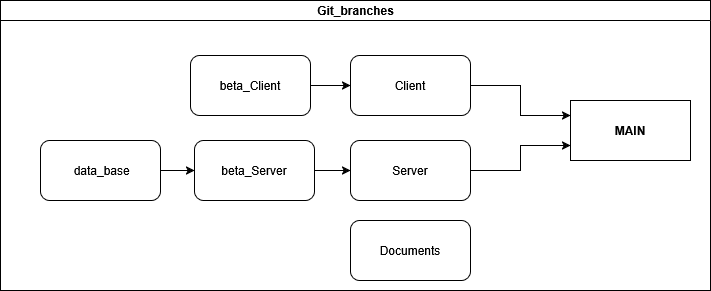
Above: git_branches.png in dimaan49/-TaMP-IBVJD (draw.io), before the change. Source tidied: cells renumbered, new cells last; positions are measured from the earlier drawing's top-left corner, leaving out a move shared by most shapes.
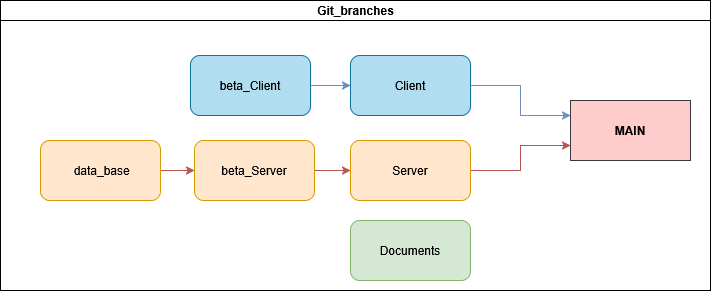
The same diagram one commit later.

The edit, as a diff of the source:
```diff
@@ -5,40 +5,40 @@
     <mxCell id="2" value="Git_branches" style="swimlane;html=1;startSize=20;horizontal=1;containerType=tree;glass=0;" parent="1" vertex="1">
       <mxGeometry width="710" height="290" as="geometry" />
     </mxCell>
-    <mxCell id="3" value="&lt;b&gt;MAIN&lt;/b&gt;" style="rounded=0;whiteSpace=wrap;html=1;" parent="2" vertex="1">
+    <mxCell id="3" value="&lt;b&gt;MAIN&lt;/b&gt;" style="rounded=0;whiteSpace=wrap;html=1;fillColor=#ffcccc;strokeColor=#36393d;" parent="2" vertex="1">
       <mxGeometry x="570" y="100" width="120" height="60" as="geometry" />
     </mxCell>
-    <mxCell id="4" style="edgeStyle=orthogonalEdgeStyle;rounded=0;jettySize=auto;html=1;exitX=1;exitY=0.5;exitDx=0;exitDy=0;entryX=0;entryY=0.25;entryDx=0;entryDy=0;" parent="2" edge="1" source="5" target="3">
+    <mxCell id="4" style="edgeStyle=orthogonalEdgeStyle;rounded=0;jettySize=auto;html=1;exitX=1;exitY=0.5;exitDx=0;exitDy=0;entryX=0;entryY=0.25;entryDx=0;entryDy=0;fillColor=#dae8fc;strokeColor=#6c8ebf;" parent="2" edge="1" source="5" target="3">
       <mxGeometry relative="1" as="geometry" />
     </mxCell>
-    <mxCell id="5" value="Client" style="rounded=1;whiteSpace=wrap;html=1;" parent="2" vertex="1">
+    <mxCell id="5" value="Client" style="rounded=1;whiteSpace=wrap;html=1;fillColor=#b1ddf0;strokeColor=#10739e;" parent="2" vertex="1">
       <mxGeometry x="350" y="55" width="120" height="60" as="geometry" />
     </mxCell>
-    <mxCell id="6" style="edgeStyle=orthogonalEdgeStyle;rounded=0;jettySize=auto;html=1;exitX=1;exitY=0.5;exitDx=0;exitDy=0;entryX=0;entryY=0.75;entryDx=0;entryDy=0;" parent="2" edge="1" source="7" target="3">
+    <mxCell id="6" style="edgeStyle=orthogonalEdgeStyle;rounded=0;jettySize=auto;html=1;exitX=1;exitY=0.5;exitDx=0;exitDy=0;entryX=0;entryY=0.75;entryDx=0;entryDy=0;fillColor=#f8cecc;strokeColor=#b85450;" parent="2" edge="1" source="7" target="3">
       <mxGeometry relative="1" as="geometry" />
     </mxCell>
-    <mxCell id="7" value="Server" style="rounded=1;whiteSpace=wrap;html=1;" parent="2" vertex="1">
+    <mxCell id="7" value="Server" style="rounded=1;whiteSpace=wrap;html=1;fillColor=#ffe6cc;strokeColor=#d79b00;" parent="2" vertex="1">
       <mxGeometry x="350" y="140" width="120" height="60" as="geometry" />
     </mxCell>
-    <mxCell id="8" value="Documents" style="rounded=1;whiteSpace=wrap;html=1;" parent="2" vertex="1">
+    <mxCell id="8" value="Documents" style="rounded=1;whiteSpace=wrap;html=1;fillColor=#d5e8d4;strokeColor=#82b366;" parent="2" vertex="1">
       <mxGeometry x="350" y="220" width="120" height="60" as="geometry" />
     </mxCell>
-    <mxCell id="9" style="edgeStyle=orthogonalEdgeStyle;rounded=0;jettySize=auto;html=1;exitX=1;exitY=0.5;exitDx=0;exitDy=0;entryX=0;entryY=0.5;entryDx=0;entryDy=0;" parent="2" edge="1" source="10" target="7">
+    <mxCell id="9" style="edgeStyle=orthogonalEdgeStyle;rounded=0;jettySize=auto;html=1;exitX=1;exitY=0.5;exitDx=0;exitDy=0;entryX=0;entryY=0.5;entryDx=0;entryDy=0;fillColor=#f8cecc;strokeColor=#b85450;" parent="2" edge="1" source="10" target="7">
       <mxGeometry relative="1" as="geometry" />
     </mxCell>
-    <mxCell id="10" value="beta_Server" style="rounded=1;whiteSpace=wrap;html=1;" parent="2" vertex="1">
+    <mxCell id="10" value="beta_Server" style="rounded=1;whiteSpace=wrap;html=1;fillColor=#ffe6cc;strokeColor=#d79b00;" parent="2" vertex="1">
       <mxGeometry x="194" y="140" width="120" height="60" as="geometry" />
     </mxCell>
-    <mxCell id="11" style="edgeStyle=orthogonalEdgeStyle;rounded=0;jettySize=auto;html=1;exitX=1;exitY=0.5;exitDx=0;exitDy=0;entryX=0;entryY=0.5;entryDx=0;entryDy=0;" parent="2" edge="1" source="12" target="5">
+    <mxCell id="11" style="edgeStyle=orthogonalEdgeStyle;rounded=0;jettySize=auto;html=1;exitX=1;exitY=0.5;exitDx=0;exitDy=0;entryX=0;entryY=0.5;entryDx=0;entryDy=0;fillColor=#dae8fc;strokeColor=#6c8ebf;" parent="2" edge="1" source="12" target="5">
       <mxGeometry relative="1" as="geometry" />
     </mxCell>
-    <mxCell id="12" value="beta_Client" style="rounded=1;whiteSpace=wrap;html=1;" parent="2" vertex="1">
+    <mxCell id="12" value="beta_Client" style="rounded=1;whiteSpace=wrap;html=1;fillColor=#b1ddf0;strokeColor=#10739e;" parent="2" vertex="1">
       <mxGeometry x="190" y="55" width="120" height="60" as="geometry" />
     </mxCell>
-    <mxCell id="13" style="edgeStyle=orthogonalEdgeStyle;rounded=0;jettySize=auto;html=1;exitX=1;exitY=0.5;exitDx=0;exitDy=0;entryX=0;entryY=0.5;entryDx=0;entryDy=0;" parent="2" edge="1" source="14" target="10">
+    <mxCell id="13" style="edgeStyle=orthogonalEdgeStyle;rounded=0;jettySize=auto;html=1;exitX=1;exitY=0.5;exitDx=0;exitDy=0;entryX=0;entryY=0.5;entryDx=0;entryDy=0;fillColor=#f8cecc;strokeColor=#b85450;" parent="2" edge="1" source="14" target="10">
       <mxGeometry relative="1" as="geometry" />
     </mxCell>
-    <mxCell id="14" value="&lt;div&gt;&amp;nbsp;data_base&lt;/div&gt;" style="rounded=1;whiteSpace=wrap;html=1;" parent="2" vertex="1">
+    <mxCell id="14" value="&lt;div&gt;&amp;nbsp;data_base&lt;/div&gt;" style="rounded=1;whiteSpace=wrap;html=1;fillColor=#ffe6cc;strokeColor=#d79b00;" parent="2" vertex="1">
       <mxGeometry x="40" y="140" width="120" height="60" as="geometry" />
     </mxCell>
   </root>
```
